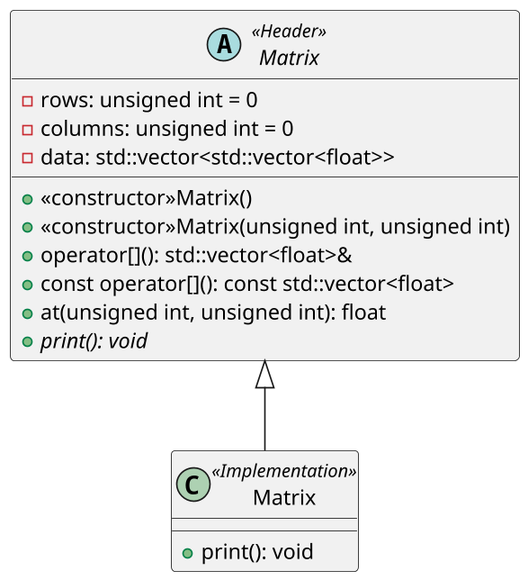
This is docs/classes.png from Memnonov/fun_with_matrices, a PlantUML export, as it was before one commit.
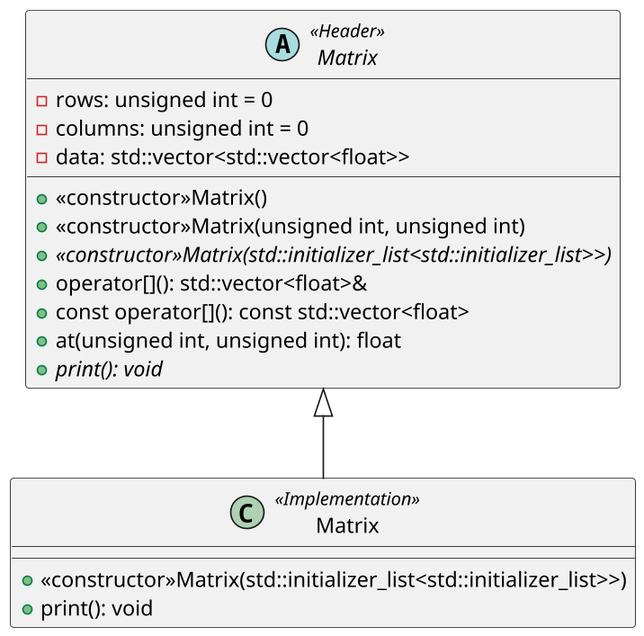
The same file after the commit.

Commit message:
Matrix now has cctor using initializer lists

The edit, as a diff of the source:
```diff
@@ -9,6 +9,7 @@
   -data: std::vector<std::vector<float>>
   +<<constructor>>Matrix()
   +<<constructor>>Matrix(unsigned int, unsigned int)
+  +{abstract}<<constructor>>Matrix(std::initializer_list<std::initializer_list>>)
   +operator[](): std::vector<float>&
   +const operator[](): const std::vector<float>
   +at(unsigned int, unsigned int): float
@@ -16,6 +17,7 @@
 }
 
 class "Matrix" as m_implementation <<Implementation>> extends m_header {
+  +<<constructor>>Matrix(std::initializer_list<std::initializer_list>>)
   +print(): void
 }
 
```
